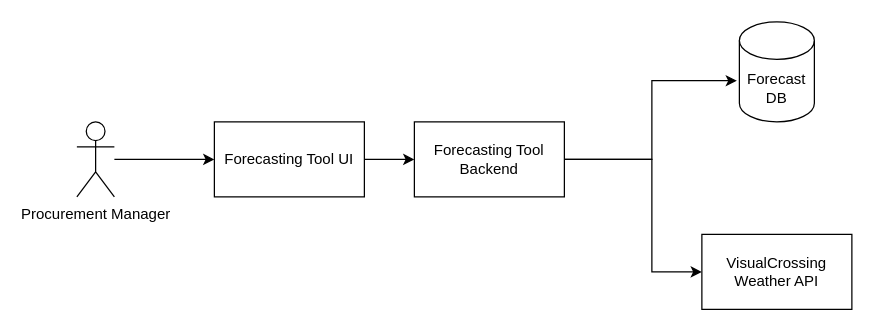
The draw.io diagram Forecasting Tool.drawio in DeveloperSubho/forecasting-tool, before the edit. Source tidied: cells renumbered, new cells numbered last; positions are measured from the earlier drawing's top-left corner, leaving out a move shared by most shapes. Both pictures are drawn from the tidied source at 125%, with x=0, y=0 at pixel (76, 21).
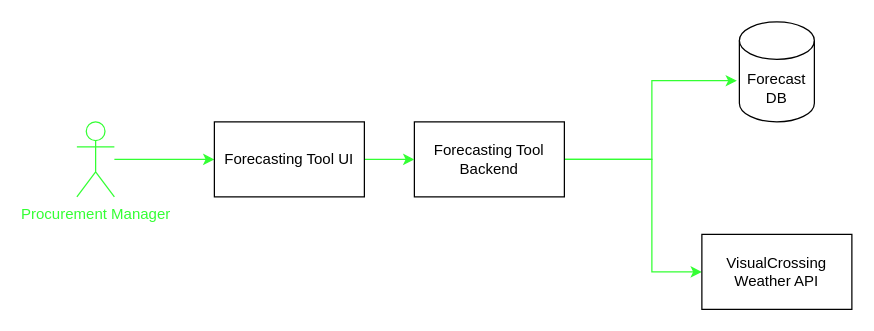
After the change.

The edit, as a diff of the source:
```diff
@@
 <mxGraphModel>
   <root>
     <mxCell id="0" />
     <mxCell id="1" parent="0" />
-    <mxCell id="2" style="edgeStyle=orthogonalEdgeStyle;rounded=0;jettySize=auto;html=1;entryX=0;entryY=0.5;entryDx=0;entryDy=0;" parent="1" edge="1" source="3" target="8">
+    <mxCell id="2" style="edgeStyle=orthogonalEdgeStyle;rounded=0;jettySize=auto;html=1;entryX=0;entryY=0.5;entryDx=0;entryDy=0;strokeColor=#33FF33;" parent="1" edge="1" source="3" target="8">
       <mxGeometry relative="1" as="geometry" />
     </mxCell>
-    <mxCell id="3" value="Procurement Manager" style="shape=umlActor;verticalLabelPosition=bottom;verticalAlign=top;html=1;outlineConnect=0;" parent="1" vertex="1">
+    <mxCell id="3" value="&lt;font color=&quot;#33ff33&quot;&gt;Procurement Manager&lt;/font&gt;" style="shape=umlActor;verticalLabelPosition=bottom;verticalAlign=top;html=1;outlineConnect=0;strokeColor=#33FF33;" parent="1" vertex="1">
       <mxGeometry y="80" width="30" height="60" as="geometry" />
     </mxCell>
-    <mxCell id="4" style="edgeStyle=orthogonalEdgeStyle;rounded=0;jettySize=auto;html=1;entryX=-0.033;entryY=0.588;entryDx=0;entryDy=0;entryPerimeter=0;" parent="1" edge="1" source="6" target="9">
+    <mxCell id="4" style="edgeStyle=orthogonalEdgeStyle;rounded=0;jettySize=auto;html=1;entryX=-0.033;entryY=0.588;entryDx=0;entryDy=0;entryPerimeter=0;strokeColor=#33FF33;" parent="1" edge="1" source="6" target="9">
       <mxGeometry relative="1" as="geometry">
         <Array as="points">
           <mxPoint x="460" y="110" />
           <mxPoint x="460" y="47" />
         </Array>
       </mxGeometry>
     </mxCell>
-    <mxCell id="5" style="edgeStyle=orthogonalEdgeStyle;rounded=0;jettySize=auto;html=1;entryX=0;entryY=0.5;entryDx=0;entryDy=0;" parent="1" edge="1" source="6" target="10">
+    <mxCell id="5" style="edgeStyle=orthogonalEdgeStyle;rounded=0;jettySize=auto;html=1;entryX=0;entryY=0.5;entryDx=0;entryDy=0;strokeColor=#33FF33;" parent="1" edge="1" source="6" target="10">
       <mxGeometry relative="1" as="geometry">
         <Array as="points">
           <mxPoint x="460" y="110" />
           <mxPoint x="460" y="200" />
         </Array>
       </mxGeometry>
     </mxCell>
     <mxCell id="6" value="Forecasting Tool Backend" style="rounded=0;whiteSpace=wrap;html=1;" parent="1" vertex="1">
       <mxGeometry x="270" y="80" width="120" height="60" as="geometry" />
     </mxCell>
-    <mxCell id="7" style="edgeStyle=orthogonalEdgeStyle;rounded=0;jettySize=auto;html=1;entryX=0;entryY=0.5;entryDx=0;entryDy=0;" parent="1" edge="1" source="8" target="6">
+    <mxCell id="7" style="edgeStyle=orthogonalEdgeStyle;rounded=0;jettySize=auto;html=1;entryX=0;entryY=0.5;entryDx=0;entryDy=0;strokeColor=#33FF33;" parent="1" edge="1" source="8" target="6">
       <mxGeometry relative="1" as="geometry" />
     </mxCell>
     <mxCell id="8" value="Forecasting Tool UI" style="rounded=0;whiteSpace=wrap;html=1;" parent="1" vertex="1">
       <mxGeometry x="110" y="80" width="120" height="60" as="geometry" />
     </mxCell>
     <mxCell id="9" value="Forecast DB" style="shape=cylinder3;whiteSpace=wrap;html=1;boundedLbl=1;backgroundOutline=1;size=15;" parent="1" vertex="1">
       <mxGeometry x="530" width="60" height="80" as="geometry" />
     </mxCell>
     <mxCell id="10" value="VisualCrossing Weather API" style="rounded=0;whiteSpace=wrap;html=1;" parent="1" vertex="1">
       <mxGeometry x="500" y="170" width="120" height="60" as="geometry" />
     </mxCell>
   </root>
 </mxGraphModel>
```
